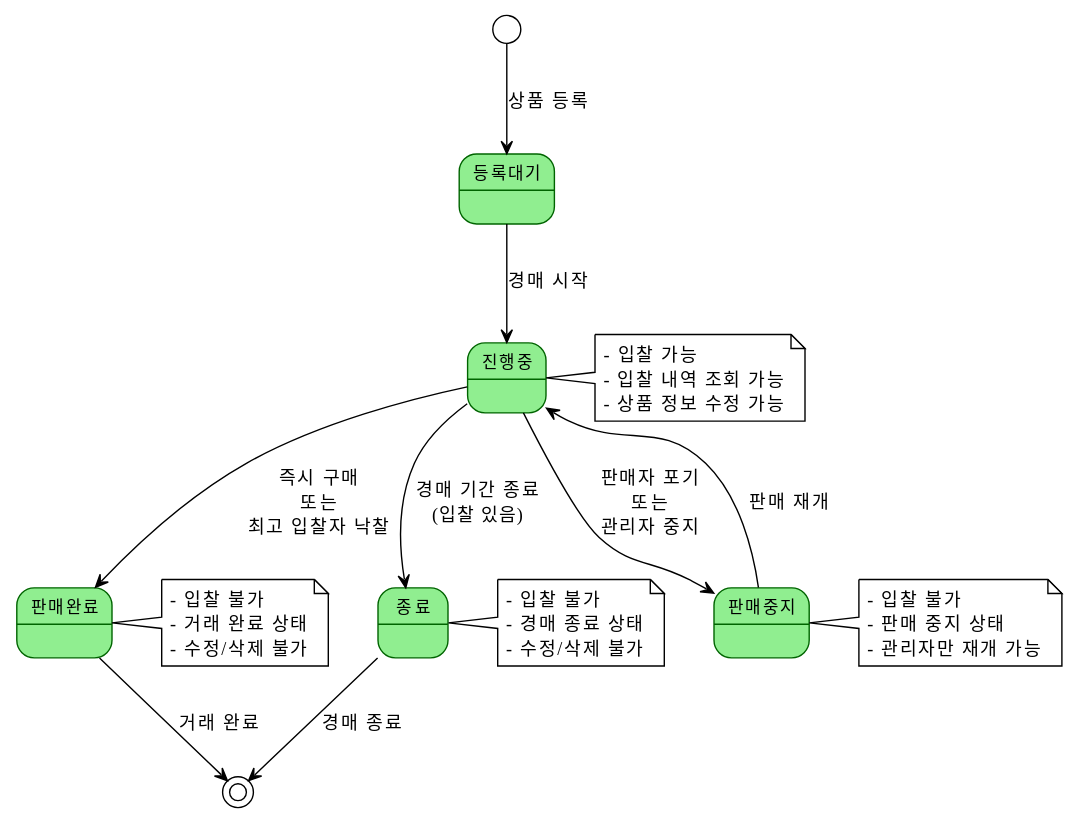
Earlier version of the PlantUML export Document/PPT/goldauction/상태_다이어그램_경매_상품_상태.svg (snlee1004/goldauction). Its diagram source:
```plantuml
@startuml
!theme plain
skinparam defaultFontName "Malgun Gothic"
skinparam state {
    BackgroundColor LightGreen
    BorderColor DarkGreen
    FontSize 12
}

[*] --> 등록대기 : 상품 등록

등록대기 --> 진행중 : 경매 시작

진행중 --> 판매완료 : 즉시 구매\n또는\n최고 입찰자 낙찰
진행중 --> 종료 : 경매 기간 종료\n(입찰 있음)
진행중 --> 판매중지 : 판매자 포기\n또는\n관리자 중지

판매완료 --> [*] : 거래 완료
종료 --> [*] : 경매 종료
판매중지 --> 진행중 : 판매 재개

note right of 진행중
  - 입찰 가능
  - 입찰 내역 조회 가능
  - 상품 정보 수정 가능
end note

note right of 판매완료
  - 입찰 불가
  - 거래 완료 상태
  - 수정/삭제 불가
end note

note right of 종료
  - 입찰 불가
  - 경매 종료 상태
  - 수정/삭제 불가
end note

note right of 판매중지
  - 입찰 불가
  - 판매 중지 상태
  - 관리자만 재개 가능
end note
@enduml
```
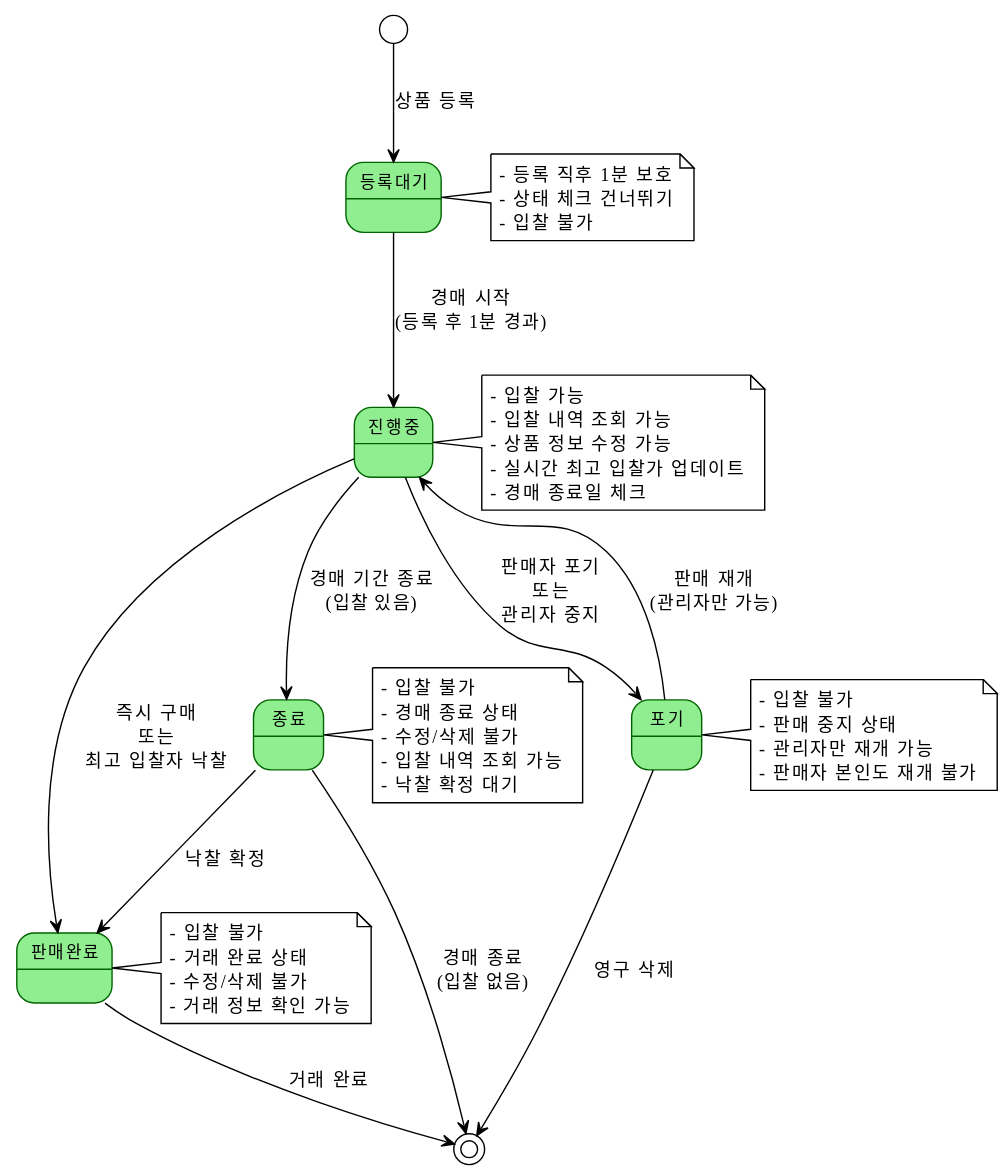
After the commit.

The edit, as a diff of the source:
```diff
@@ -9,37 +9,53 @@
 
 [*] --> 등록대기 : 상품 등록
 
-등록대기 --> 진행중 : 경매 시작
+등록대기 --> 진행중 : 경매 시작\n(등록 후 1분 경과)
 
 진행중 --> 판매완료 : 즉시 구매\n또는\n최고 입찰자 낙찰
 진행중 --> 종료 : 경매 기간 종료\n(입찰 있음)
-진행중 --> 판매중지 : 판매자 포기\n또는\n관리자 중지
+진행중 --> 포기 : 판매자 포기\n또는\n관리자 중지
+
+종료 --> 판매완료 : 낙찰 확정
+종료 --> [*] : 경매 종료\n(입찰 없음)
 
 판매완료 --> [*] : 거래 완료
-종료 --> [*] : 경매 종료
-판매중지 --> 진행중 : 판매 재개
+
+포기 --> 진행중 : 판매 재개\n(관리자만 가능)
+포기 --> [*] : 영구 삭제
+
+note right of 등록대기
+  - 등록 직후 1분 보호
+  - 상태 체크 건너뛰기
+  - 입찰 불가
+end note
 
 note right of 진행중
   - 입찰 가능
   - 입찰 내역 조회 가능
   - 상품 정보 수정 가능
+  - 실시간 최고 입찰가 업데이트
+  - 경매 종료일 체크
 end note
 
 note right of 판매완료
   - 입찰 불가
   - 거래 완료 상태
   - 수정/삭제 불가
+  - 거래 정보 확인 가능
 end note
 
 note right of 종료
   - 입찰 불가
   - 경매 종료 상태
   - 수정/삭제 불가
+  - 입찰 내역 조회 가능
+  - 낙찰 확정 대기
 end note
 
-note right of 판매중지
+note right of 포기
   - 입찰 불가
   - 판매 중지 상태
   - 관리자만 재개 가능
+  - 판매자 본인도 재개 불가
 end note
 @enduml
```
